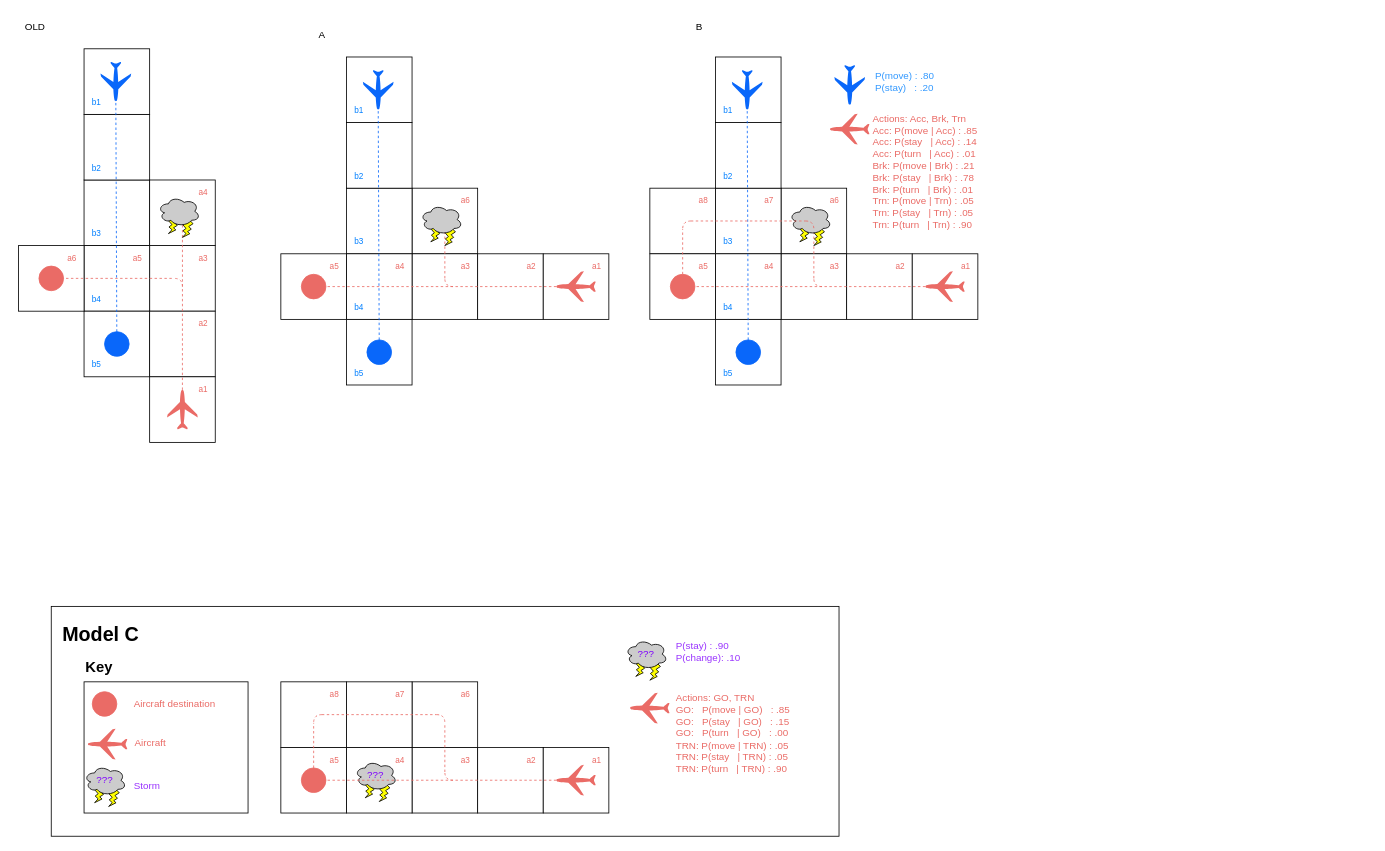
Before: proj/aircraft_models.drawio in chuckdud/412-formal-methods, a draw.io diagram. Source tidied: cells renumbered, new cells numbered last; positions are measured from the earlier drawing's top-left corner, leaving out a move shared by most shapes. Both pictures are drawn from the tidied source at 82%, with x=0, y=0 at pixel (14, 14).
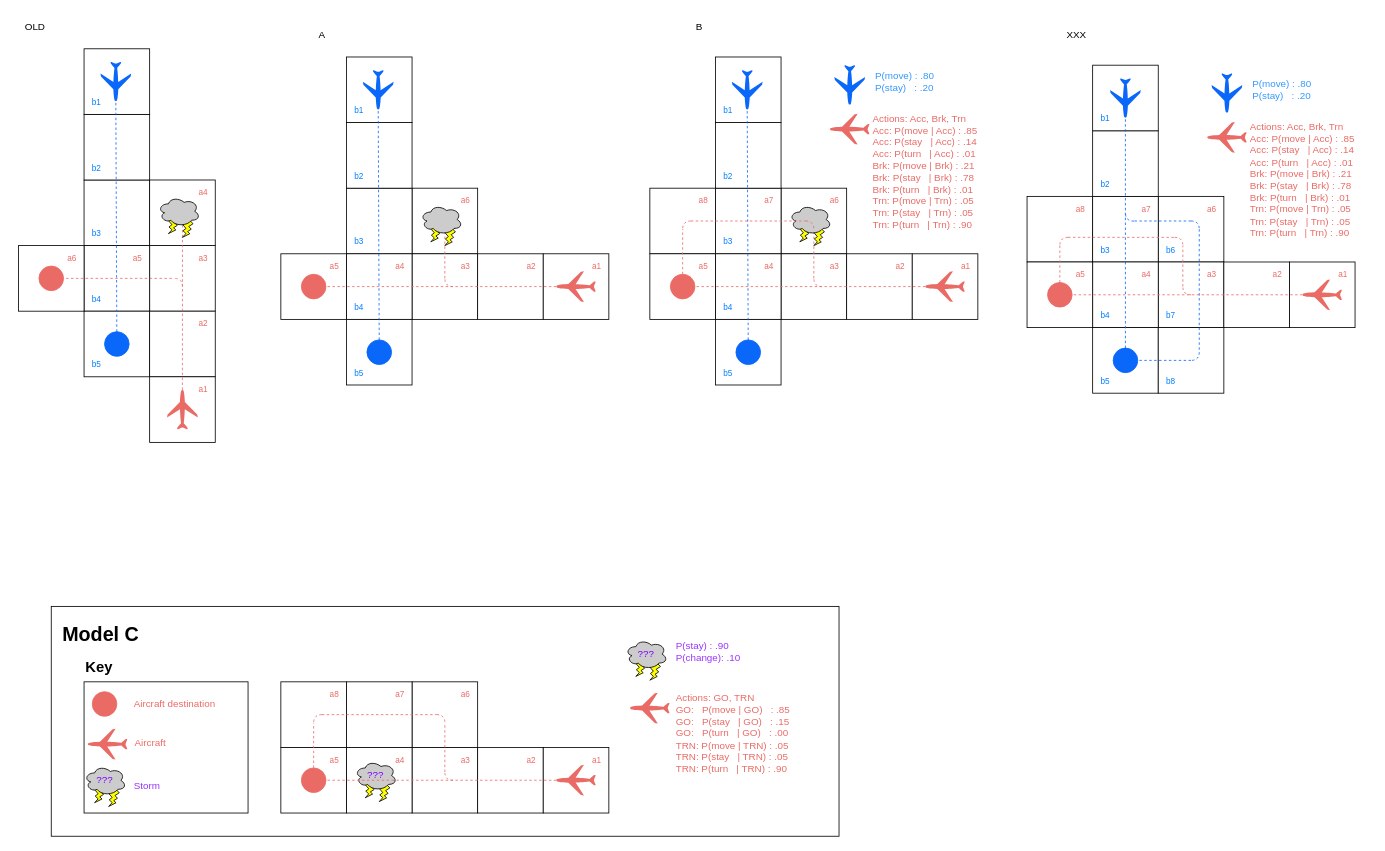
The same diagram, later.

Commit message:
drafting new models

The edit, as a diff of the source:
```diff
@@
+    <mxCell id="184" style="group;" parent="1" vertex="1">
+      <mxGeometry x="1235" y="62" width="420" height="400" as="geometry" />
+    </mxCell>
+    <mxCell id="185" style="rounded=0;whiteSpace=wrap;html=1;" parent="184" vertex="1">
+      <mxGeometry x="160" y="160" width="80" height="80" as="geometry" />
+    </mxCell>
+    <mxCell id="186" style="rounded=0;whiteSpace=wrap;html=1;" parent="184" vertex="1">
+      <mxGeometry y="160" width="80" height="80" as="geometry" />
+    </mxCell>
+    <mxCell id="187" style="rounded=0;whiteSpace=wrap;html=1;" parent="184" vertex="1">
+      <mxGeometry x="160" y="240" width="80" height="80" as="geometry" />
+    </mxCell>
+    <mxCell id="188" style="rounded=0;whiteSpace=wrap;html=1;" parent="184" vertex="1">
+      <mxGeometry x="80" y="160" width="80" height="80" as="geometry" />
+    </mxCell>
+    <mxCell id="189" style="rounded=0;whiteSpace=wrap;html=1;" parent="184" vertex="1">
+      <mxGeometry x="80" y="240" width="80" height="80" as="geometry" />
+    </mxCell>
+    <mxCell id="190" style="rounded=0;whiteSpace=wrap;html=1;" parent="184" vertex="1">
+      <mxGeometry x="80" y="320" width="80" height="80" as="geometry" />
+    </mxCell>
+    <mxCell id="191" style="rounded=0;whiteSpace=wrap;html=1;" parent="184" vertex="1">
+      <mxGeometry x="240" y="240" width="80" height="80" as="geometry" />
+    </mxCell>
+    <mxCell id="192" style="rounded=0;whiteSpace=wrap;html=1;" parent="184" vertex="1">
+      <mxGeometry x="320" y="240" width="80" height="80" as="geometry" />
+    </mxCell>
+    <mxCell id="193" style="rounded=0;whiteSpace=wrap;html=1;" parent="184" vertex="1">
+      <mxGeometry y="240" width="80" height="80" as="geometry" />
+    </mxCell>
+    <mxCell id="194" style="rounded=0;whiteSpace=wrap;html=1;" parent="184" vertex="1">
+      <mxGeometry x="80" y="80" width="80" height="80" as="geometry" />
+    </mxCell>
+    <mxCell id="195" style="rounded=0;whiteSpace=wrap;html=1;" parent="184" vertex="1">
+      <mxGeometry x="80" width="80" height="80" as="geometry" />
+    </mxCell>
+    <mxCell id="196" style="shape=mxgraph.signs.transportation.airplane_5;html=1;fillColor=#EA6B66;strokeColor=none;verticalLabelPosition=bottom;verticalAlign=top;align=center;rotation=-90;" parent="184" vertex="1">
+      <mxGeometry x="341.2" y="256" width="37.5" height="48" as="geometry" />
+    </mxCell>
+    <mxCell id="197" style="shape=mxgraph.signs.transportation.airplane_5;html=1;fillColor=#0967FA;strokeColor=none;verticalLabelPosition=bottom;verticalAlign=top;align=center;rotation=-180;" parent="184" vertex="1">
+      <mxGeometry x="101.2" y="16" width="37.5" height="48" as="geometry" />
+    </mxCell>
+    <mxCell id="198" style="endArrow=none;dashed=1;html=1;rounded=0;entryX=0.5;entryY=0;entryDx=0;entryDy=0;entryPerimeter=0;fillColor=#0967FA;strokeColor=#0967FA;" parent="184" edge="1" target="202">
+      <mxGeometry relative="1" as="geometry">
+        <mxPoint x="120" y="360" as="sourcePoint" />
+      </mxGeometry>
+    </mxCell>
+    <mxCell id="199" style="group;" parent="184" vertex="1">
+      <mxGeometry x="25" y="265" width="175" height="30" as="geometry" />
+    </mxCell>
+    <mxCell id="200" style="ellipse;whiteSpace=wrap;html=1;fillColor=#EA6B66;strokeColor=#EA6B66;" parent="199" vertex="1">
+      <mxGeometry width="30" height="30" as="geometry" />
+    </mxCell>
+    <mxCell id="201" style="group;" parent="184" vertex="1">
+      <mxGeometry x="105" y="345" width="30" height="30" as="geometry" />
+    </mxCell>
+    <mxCell id="202" style="ellipse;whiteSpace=wrap;html=1;fillColor=#0967FA;strokeColor=#0967FA;" parent="201" vertex="1">
+      <mxGeometry width="30" height="30" as="geometry" />
+    </mxCell>
+    <mxCell id="203" style="endArrow=none;dashed=1;html=1;rounded=0;entryX=0.5;entryY=0;entryDx=0;entryDy=0;entryPerimeter=0;fillColor=#0967FA;strokeColor=#0967FA;" parent="184" edge="1" source="202" target="197">
+      <mxGeometry relative="1" as="geometry" />
+    </mxCell>
+    <mxCell id="204" style="endArrow=none;dashed=1;html=1;rounded=0;strokeColor=#EA6B66;" parent="184" edge="1">
+      <mxGeometry relative="1" as="geometry">
+        <mxPoint x="190" y="240" as="sourcePoint" />
+        <mxPoint x="190" y="220" as="targetPoint" />
+      </mxGeometry>
+    </mxCell>
+    <mxCell id="205" value="&lt;font style=&quot;font-size: 10px;&quot; color=&quot;#ea6b66&quot;&gt;a1&lt;/font&gt;" style="text;html=1;align=center;verticalAlign=middle;strokeColor=none;fillColor=none;" parent="184" vertex="1">
+      <mxGeometry x="370" y="240" width="30" height="30" as="geometry" />
+    </mxCell>
+    <mxCell id="206" value="&lt;font style=&quot;font-size: 10px;&quot; color=&quot;#ea6b66&quot;&gt;a2&lt;/font&gt;" style="text;html=1;align=center;verticalAlign=middle;strokeColor=none;fillColor=none;" parent="184" vertex="1">
+      <mxGeometry x="290" y="240" width="30" height="30" as="geometry" />
+    </mxCell>
+    <mxCell id="207" value="&lt;font style=&quot;font-size: 10px;&quot; color=&quot;#ea6b66&quot;&gt;a3&lt;/font&gt;" style="text;html=1;align=center;verticalAlign=middle;strokeColor=none;fillColor=none;" parent="184" vertex="1">
+      <mxGeometry x="210" y="240" width="30" height="30" as="geometry" />
+    </mxCell>
+    <mxCell id="208" value="&lt;font style=&quot;font-size: 10px;&quot; color=&quot;#ea6b66&quot;&gt;a4&lt;/font&gt;" style="text;html=1;align=center;verticalAlign=middle;strokeColor=none;fillColor=none;" parent="184" vertex="1">
+      <mxGeometry x="130" y="240" width="30" height="30" as="geometry" />
+    </mxCell>
+    <mxCell id="209" value="&lt;font style=&quot;font-size: 10px;&quot; color=&quot;#ea6b66&quot;&gt;a5&lt;/font&gt;" style="text;html=1;align=center;verticalAlign=middle;strokeColor=none;fillColor=none;" parent="184" vertex="1">
+      <mxGeometry x="50" y="240" width="30" height="30" as="geometry" />
+    </mxCell>
+    <mxCell id="210" value="&lt;font style=&quot;font-size: 10px;&quot; color=&quot;#ea6b66&quot;&gt;a6&lt;/font&gt;" style="text;html=1;align=center;verticalAlign=middle;strokeColor=none;fillColor=none;" parent="184" vertex="1">
+      <mxGeometry x="210" y="160" width="30" height="30" as="geometry" />
+    </mxCell>
+    <mxCell id="211" value="&lt;font color=&quot;#007fff&quot;&gt;&lt;span style=&quot;font-size: 10px;&quot;&gt;b1&lt;/span&gt;&lt;/font&gt;" style="text;html=1;align=center;verticalAlign=middle;strokeColor=none;fillColor=none;" parent="184" vertex="1">
+      <mxGeometry x="80" y="50" width="30" height="30" as="geometry" />
+    </mxCell>
+    <mxCell id="212" value="&lt;font color=&quot;#007fff&quot;&gt;&lt;span style=&quot;font-size: 10px;&quot;&gt;b2&lt;/span&gt;&lt;/font&gt;" style="text;html=1;align=center;verticalAlign=middle;strokeColor=none;fillColor=none;" parent="184" vertex="1">
+      <mxGeometry x="80" y="130" width="30" height="30" as="geometry" />
+    </mxCell>
+    <mxCell id="213" value="&lt;font color=&quot;#007fff&quot;&gt;&lt;span style=&quot;font-size: 10px;&quot;&gt;b3&lt;/span&gt;&lt;/font&gt;" style="text;html=1;align=center;verticalAlign=middle;strokeColor=none;fillColor=none;" parent="184" vertex="1">
+      <mxGeometry x="80" y="210" width="30" height="30" as="geometry" />
+    </mxCell>
+    <mxCell id="214" value="&lt;font color=&quot;#007fff&quot;&gt;&lt;span style=&quot;font-size: 10px;&quot;&gt;b4&lt;/span&gt;&lt;/font&gt;" style="text;html=1;align=center;verticalAlign=middle;strokeColor=none;fillColor=none;" parent="184" vertex="1">
+      <mxGeometry x="80" y="290" width="30" height="30" as="geometry" />
+    </mxCell>
+    <mxCell id="215" value="&lt;font color=&quot;#007fff&quot;&gt;&lt;span style=&quot;font-size: 10px;&quot;&gt;b5&lt;/span&gt;&lt;/font&gt;" style="text;html=1;align=center;verticalAlign=middle;strokeColor=none;fillColor=none;" parent="184" vertex="1">
+      <mxGeometry x="80" y="370" width="30" height="30" as="geometry" />
+    </mxCell>
+    <mxCell id="216" style="endArrow=none;dashed=1;html=1;rounded=0;strokeColor=#EA6B66;exitX=0.5;exitY=0;exitDx=0;exitDy=0;exitPerimeter=0;entryX=1;entryY=0.5;entryDx=0;entryDy=0;" parent="184" edge="1" source="196" target="200">
+      <mxGeometry relative="1" as="geometry" />
+    </mxCell>
+    <mxCell id="217" style="endArrow=none;dashed=1;html=1;rounded=0;edgeStyle=orthogonalEdgeStyle;curved=1;strokeColor=#EA6B66;" parent="184" edge="1">
+      <mxGeometry relative="1" as="geometry">
+        <mxPoint x="200" y="280" as="sourcePoint" />
+        <mxPoint x="190" y="270" as="targetPoint" />
+      </mxGeometry>
+    </mxCell>
+    <mxCell id="218" style="endArrow=none;dashed=1;html=1;rounded=0;strokeColor=#EA6B66;entryX=0.719;entryY=0;entryDx=0;entryDy=0;entryPerimeter=0;" parent="184" edge="1" target="229">
+      <mxGeometry relative="1" as="geometry">
+        <mxPoint x="50" y="209.9" as="sourcePoint" />
+      </mxGeometry>
+    </mxCell>
+    <mxCell id="219" style="endArrow=none;dashed=1;html=1;rounded=0;strokeColor=#EA6B66;edgeStyle=orthogonalEdgeStyle;curved=1;" parent="184" edge="1">
+      <mxGeometry relative="1" as="geometry">
+        <mxPoint x="180" y="210" as="sourcePoint" />
+        <mxPoint x="190" y="220" as="targetPoint" />
+      </mxGeometry>
+    </mxCell>
+    <mxCell id="220" value="&lt;font style=&quot;font-size: 10px;&quot; color=&quot;#ea6b66&quot;&gt;a7&lt;/font&gt;" style="text;html=1;align=center;verticalAlign=middle;points=[];strokeColor=none;fillColor=none;" parent="184" vertex="1">
+      <mxGeometry x="130" y="160" width="30" height="30" as="geometry" />
+    </mxCell>
+    <mxCell id="221" style="endArrow=none;dashed=1;html=1;rounded=0;strokeColor=#EA6B66;exitX=0.5;exitY=0;exitDx=0;exitDy=0;" parent="184" edge="1" source="200">
+      <mxGeometry relative="1" as="geometry">
+        <mxPoint x="40" y="220" as="targetPoint" />
+      </mxGeometry>
+    </mxCell>
+    <mxCell id="222" style="endArrow=none;dashed=1;html=1;rounded=0;strokeColor=#EA6B66;edgeStyle=orthogonalEdgeStyle;curved=1;" parent="184" edge="1">
+      <mxGeometry relative="1" as="geometry">
+        <mxPoint x="50" y="210" as="sourcePoint" />
+        <mxPoint x="40" y="220" as="targetPoint" />
+      </mxGeometry>
+    </mxCell>
+    <mxCell id="223" style="endArrow=none;dashed=1;html=1;rounded=0;strokeColor=#EA6B66;" parent="184" edge="1">
+      <mxGeometry relative="1" as="geometry">
+        <mxPoint x="190" y="270" as="sourcePoint" />
+        <mxPoint x="190" y="240" as="targetPoint" />
+      </mxGeometry>
+    </mxCell>
+    <mxCell id="224" value="&lt;font style=&quot;font-size: 10px;&quot; color=&quot;#ea6b66&quot;&gt;a8&lt;/font&gt;" style="text;html=1;align=center;verticalAlign=middle;strokeColor=none;fillColor=none;" parent="184" vertex="1">
+      <mxGeometry x="50" y="160" width="30" height="30" as="geometry" />
+    </mxCell>
+    <mxCell id="225" style="shape=mxgraph.signs.transportation.airplane_5;html=1;fillColor=#0967FA;strokeColor=none;verticalLabelPosition=bottom;verticalAlign=top;align=center;rotation=-180;" parent="184" vertex="1">
+      <mxGeometry x="225" y="10" width="37.5" height="48" as="geometry" />
+    </mxCell>
+    <mxCell id="226" style="shape=mxgraph.signs.transportation.airplane_5;html=1;fillColor=#EA6B66;strokeColor=none;verticalLabelPosition=bottom;verticalAlign=top;align=center;rotation=-90;" parent="184" vertex="1">
+      <mxGeometry x="225" y="64" width="37.5" height="48" as="geometry" />
+    </mxCell>
+    <mxCell id="227" value="&lt;font color=&quot;#ea6b66&quot;&gt;Actions: Acc, Brk, Trn&lt;br&gt;Acc: P(move | Acc) : .85&lt;br&gt;Acc: P(stay&amp;nbsp; &amp;nbsp;| Acc) : .14&lt;br style=&quot;border-color: var(--border-color);&quot;&gt;Acc:&amp;nbsp;P(turn&amp;nbsp; &amp;nbsp;| Acc) : .01&lt;br style=&quot;border-color: var(--border-color);&quot;&gt;Brk: P(move | Brk) : .21&lt;br&gt;Brk:&amp;nbsp;P(stay&amp;nbsp; &amp;nbsp;| Brk) : .78&lt;br&gt;Brk:&amp;nbsp;P(turn&amp;nbsp; &amp;nbsp;| Brk) : .01&lt;br style=&quot;border-color: var(--border-color);&quot;&gt;Trn: P(move | Trn) : .05&lt;br style=&quot;border-color: var(--border-color);&quot;&gt;Trn: P(stay&amp;nbsp; &amp;nbsp;| Trn) : .05&lt;br&gt;Trn: P(turn&amp;nbsp; &amp;nbsp;| Trn) : .90&lt;/font&gt;" style="text;html=1;align=left;verticalAlign=middle;strokeColor=none;fillColor=none;" parent="184" vertex="1">
+      <mxGeometry x="270" y="60" width="150" height="160" as="geometry" />
+    </mxCell>
+    <mxCell id="228" value="&lt;font color=&quot;#007fff&quot;&gt;&lt;span style=&quot;font-size: 10px;&quot;&gt;b7&lt;/span&gt;&lt;/font&gt;" style="text;html=1;align=center;verticalAlign=middle;strokeColor=none;fillColor=none;" parent="184" vertex="1">
+      <mxGeometry x="160" y="290" width="30" height="30" as="geometry" />
+    </mxCell>
+    <mxCell id="229" value="&lt;font color=&quot;#007fff&quot;&gt;&lt;span style=&quot;font-size: 10px;&quot;&gt;b6&lt;/span&gt;&lt;/font&gt;" style="text;html=1;align=center;verticalAlign=middle;points=[];strokeColor=none;fillColor=none;" parent="184" vertex="1">
+      <mxGeometry x="160" y="210" width="30" height="30" as="geometry" />
+    </mxCell>
+    <mxCell id="230" style="rounded=0;whiteSpace=wrap;html=1;" parent="184" vertex="1">
+      <mxGeometry x="160" y="320" width="80" height="80" as="geometry" />
+    </mxCell>
+    <mxCell id="231" value="&lt;font color=&quot;#007fff&quot;&gt;&lt;span style=&quot;font-size: 10px;&quot;&gt;b8&lt;/span&gt;&lt;/font&gt;" style="text;html=1;align=center;verticalAlign=middle;strokeColor=none;fillColor=none;" parent="184" vertex="1">
+      <mxGeometry x="160" y="370" width="30" height="30" as="geometry" />
+    </mxCell>
+    <mxCell id="232" style="endArrow=none;dashed=1;html=1;rounded=0;fillColor=#0967FA;strokeColor=#0967FA;" parent="184" edge="1">
+      <mxGeometry relative="1" as="geometry">
+        <mxPoint x="200" y="190" as="sourcePoint" />
+        <mxPoint x="130" y="190" as="targetPoint" />
+      </mxGeometry>
+    </mxCell>
+    <mxCell id="233" style="endArrow=none;dashed=1;html=1;rounded=0;strokeColor=#0967FA;edgeStyle=orthogonalEdgeStyle;curved=1;" parent="184" edge="1">
+      <mxGeometry relative="1" as="geometry">
+        <mxPoint x="200" y="190" as="sourcePoint" />
+        <mxPoint x="210" y="200" as="targetPoint" />
+      </mxGeometry>
+    </mxCell>
+    <mxCell id="234" style="endArrow=none;dashed=1;html=1;rounded=0;fillColor=#0967FA;strokeColor=#0967FA;" parent="184" edge="1">
+      <mxGeometry relative="1" as="geometry">
+        <mxPoint x="200" y="360" as="sourcePoint" />
+        <mxPoint x="135" y="360" as="targetPoint" />
+      </mxGeometry>
+    </mxCell>
+    <mxCell id="235" style="endArrow=none;dashed=1;html=1;rounded=0;strokeColor=#0967FA;edgeStyle=orthogonalEdgeStyle;curved=1;" parent="184" edge="1">
+      <mxGeometry relative="1" as="geometry">
+        <mxPoint x="210" y="350" as="sourcePoint" />
+        <mxPoint x="200" y="360" as="targetPoint" />
+        <Array as="points">
+          <mxPoint x="210" y="360" />
+        </Array>
+      </mxGeometry>
+    </mxCell>
+    <mxCell id="236" style="endArrow=none;dashed=1;html=1;rounded=0;strokeColor=#0967FA;edgeStyle=orthogonalEdgeStyle;curved=1;exitX=0.015;exitY=1.005;exitDx=0;exitDy=0;exitPerimeter=0;" parent="184" edge="1" source="220">
+      <mxGeometry relative="1" as="geometry">
+        <mxPoint x="120" y="180" as="targetPoint" />
+        <Array as="points">
+          <mxPoint x="120" y="190" />
+        </Array>
+      </mxGeometry>
+    </mxCell>
+    <mxCell id="237" value="XXX" style="text;html=1;align=center;verticalAlign=middle;strokeColor=none;fillColor=none;" parent="1" vertex="1">
+      <mxGeometry x="1270" y="10" width="50" height="30" as="geometry" />
+    </mxCell>
+    <mxCell id="238" value="&lt;font color=&quot;#3399ff&quot;&gt;P(move) : .80&lt;br&gt;P(stay)&amp;nbsp; &amp;nbsp;: .20&lt;/font&gt;" style="text;html=1;align=left;verticalAlign=middle;strokeColor=none;fillColor=none;" parent="1" vertex="1">
+      <mxGeometry x="1507.5" y="72" width="100" height="40" as="geometry" />
+    </mxCell>
+    <mxCell id="239" style="endArrow=none;dashed=1;html=1;rounded=0;fillColor=#0967FA;strokeColor=#0967FA;" parent="1" edge="1">
+      <mxGeometry relative="1" as="geometry">
+        <mxPoint x="1445" y="262" as="sourcePoint" />
+        <mxPoint x="1445" y="412" as="targetPoint" />
+      </mxGeometry>
+    </mxCell>
```
